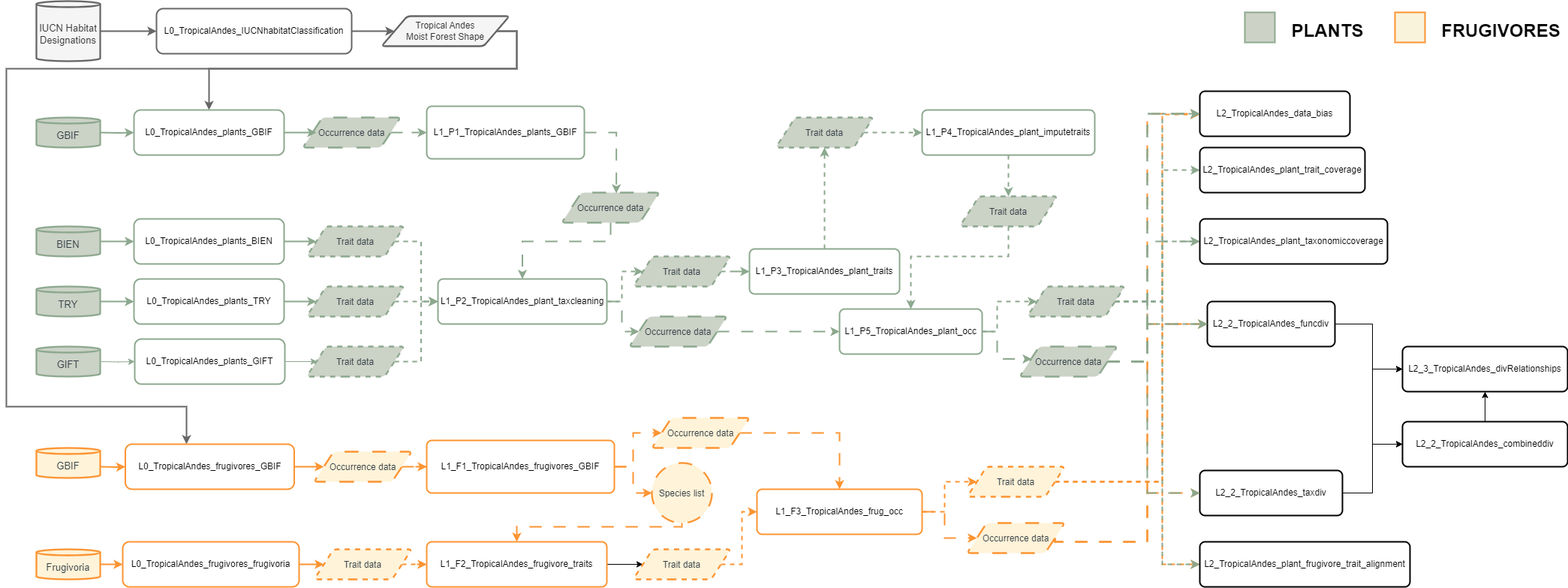
The draw.io diagram Workflow_diversity_plants_frugivores.png in bioXgeo/neotropical_plants, before a commit. Source tidied: cells renumbered, new cells last; positions are measured from the earlier drawing's top-left corner, leaving out a move shared by most shapes.
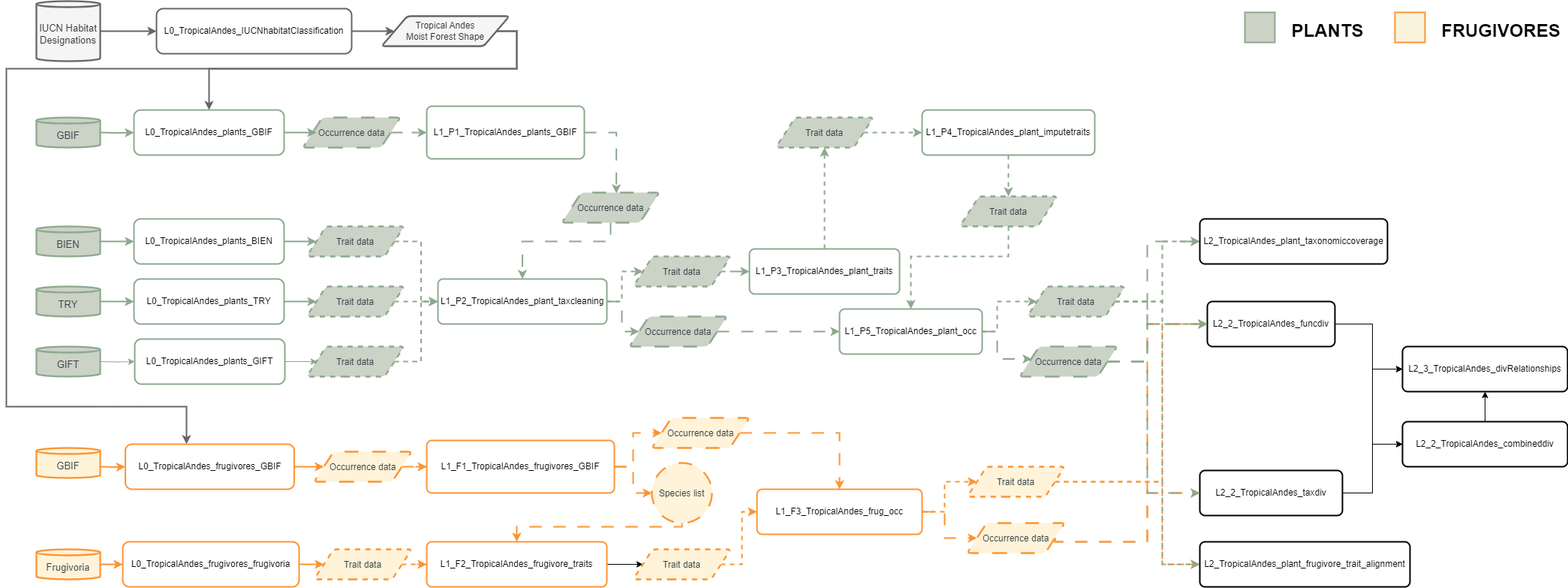
After the commit.

Commit message:
remove L2 objects no longer needed

What changed in the source:
```diff
@@ -199,14 +199,6 @@
         </Array>
       </mxGeometry>
     </mxCell>
-    <mxCell id="54" style="edgeStyle=orthogonalEdgeStyle;rounded=0;jettySize=auto;html=1;entryX=0;entryY=0.5;entryDx=0;entryDy=0;dashed=1;dashPattern=8 8;strokeWidth=2;exitX=1;exitY=0.5;exitDx=0;exitDy=0;strokeColor=#FC9432;" parent="1" edge="1" source="55" target="103">
-      <mxGeometry relative="1" as="geometry">
-        <Array as="points">
-          <mxPoint x="1520" y="720" />
-          <mxPoint x="1520" y="150" />
-        </Array>
-      </mxGeometry>
-    </mxCell>
     <mxCell id="55" value="&lt;font style=&quot;font-size: 12px;&quot;&gt;Occurrence data&lt;/font&gt;" style="html=1;overflow=block;blockSpacing=1;whiteSpace=wrap;shape=parallelogram;perimeter=parallelogramPerimeter;anchorPointDirection=0;fontSize=16.7;fontColor=#323e45;spacing=3.8;strokeColor=#fc9432;strokeOpacity=100;fillOpacity=100;rounded=1;absoluteArcSize=1;arcSize=9;fillColor=#fff3d9;strokeWidth=2.3;dashed=1;dashPattern=8 8;" parent="1" vertex="1">
       <mxGeometry x="1280" y="695" width="130" height="40" as="geometry" />
     </mxCell>
@@ -228,15 +220,6 @@
         </Array>
       </mxGeometry>
     </mxCell>
-    <mxCell id="58" style="edgeStyle=orthogonalEdgeStyle;rounded=0;jettySize=auto;html=1;entryX=0;entryY=0.5;entryDx=0;entryDy=0;dashed=1;strokeWidth=2;strokeColor=#FC9432;exitX=1;exitY=0.5;exitDx=0;exitDy=0;" parent="1" edge="1" source="59">
-      <mxGeometry relative="1" as="geometry">
-        <mxPoint x="1590" y="151" as="targetPoint" />
-        <Array as="points">
-          <mxPoint x="1540" y="640" />
-          <mxPoint x="1540" y="151" />
-        </Array>
-      </mxGeometry>
-    </mxCell>
     <mxCell id="59" value="&lt;font style=&quot;font-size: 12px;&quot;&gt;Trait data&lt;/font&gt;" style="html=1;overflow=block;blockSpacing=1;whiteSpace=wrap;shape=parallelogram;perimeter=parallelogramPerimeter;anchorPointDirection=0;fontSize=16.7;fontColor=#323e45;spacing=3.8;strokeColor=#FC9432;strokeOpacity=100;fillOpacity=100;rounded=1;absoluteArcSize=1;arcSize=9;fillColor=#fff3d9;strokeWidth=2.3;dashed=1;" parent="1" vertex="1">
       <mxGeometry x="1280" y="620" width="130" height="40" as="geometry" />
     </mxCell>
@@ -311,14 +294,6 @@
         </Array>
       </mxGeometry>
     </mxCell>
-    <mxCell id="72" style="edgeStyle=orthogonalEdgeStyle;rounded=0;jettySize=auto;html=1;entryX=0;entryY=0.5;entryDx=0;entryDy=0;dashed=1;strokeWidth=2;strokeColor=#8CA88E;" parent="1" edge="1" source="75" target="102">
-      <mxGeometry relative="1" as="geometry">
-        <Array as="points">
-          <mxPoint x="1540" y="400" />
-          <mxPoint x="1540" y="225" />
-        </Array>
-      </mxGeometry>
-    </mxCell>
     <mxCell id="73" style="edgeStyle=orthogonalEdgeStyle;rounded=0;jettySize=auto;html=1;entryX=0;entryY=0.5;entryDx=0;entryDy=0;dashed=1;strokeWidth=2;strokeColor=#8CA88E;" parent="1" edge="1" source="75" target="104">
       <mxGeometry relative="1" as="geometry">
         <Array as="points">
@@ -327,14 +302,6 @@
         </Array>
       </mxGeometry>
     </mxCell>
-    <mxCell id="74" style="edgeStyle=orthogonalEdgeStyle;rounded=0;jettySize=auto;html=1;entryX=0;entryY=0.5;entryDx=0;entryDy=0;dashed=1;strokeWidth=2;strokeColor=#8CA88E;" parent="1" edge="1" source="75" target="103">
-      <mxGeometry relative="1" as="geometry">
-        <Array as="points">
-          <mxPoint x="1540" y="400" />
-          <mxPoint x="1540" y="150" />
-        </Array>
-      </mxGeometry>
-    </mxCell>
     <mxCell id="75" value="&lt;font style=&quot;font-size: 12px;&quot;&gt;Trait data&lt;/font&gt;" style="html=1;overflow=block;blockSpacing=1;whiteSpace=wrap;shape=parallelogram;perimeter=parallelogramPerimeter;anchorPointDirection=0;fontSize=16.7;fontColor=#323e45;spacing=3.8;strokeColor=#8ca88e;strokeOpacity=100;rounded=1;absoluteArcSize=1;arcSize=9;fillColor=#CBD2C6;strokeWidth=2.3;dashed=1;" parent="1" vertex="1">
       <mxGeometry x="1360" y="380" width="130" height="40" as="geometry" />
     </mxCell>
@@ -346,14 +313,6 @@
         </Array>
       </mxGeometry>
     </mxCell>
-    <mxCell id="77" style="edgeStyle=orthogonalEdgeStyle;rounded=0;jettySize=auto;html=1;entryX=0;entryY=0.5;entryDx=0;entryDy=0;dashed=1;dashPattern=8 8;strokeWidth=2;strokeColor=#8CA88E;" parent="1" edge="1" source="107" target="103">
-      <mxGeometry relative="1" as="geometry">
-        <Array as="points">
-          <mxPoint x="1520" y="480" />
-          <mxPoint x="1520" y="150" />
-        </Array>
-      </mxGeometry>
-    </mxCell>
     <mxCell id="78" style="edgeStyle=orthogonalEdgeStyle;rounded=0;jettySize=auto;html=1;strokeColor=#8CA88E;strokeWidth=2;" parent="1" edge="1" source="79" target="21">
       <mxGeometry relative="1" as="geometry" />
     </mxCell>
@@ -436,12 +395,6 @@
     <mxCell id="101" value="L2_TropicalAndes_plant_taxonomiccoverage" style="rounded=1;whiteSpace=wrap;html=1;absoluteArcSize=1;arcSize=14;strokeWidth=2;" parent="1" vertex="1">
       <mxGeometry x="1590" y="290" width="250" height="60" as="geometry" />
     </mxCell>
-    <mxCell id="102" value="L2_TropicalAndes_plant_trait_coverage&lt;span id=&quot;docs-internal-guid-6e6f116a-7fff-aa41-f0b6-1ab92bc06526&quot;&gt;&lt;/span&gt;&lt;span id=&quot;docs-internal-guid-6e6f116a-7fff-aa41-f0b6-1ab92bc06526&quot;&gt;&lt;/span&gt;&lt;span id=&quot;docs-internal-guid-6e6f116a-7fff-aa41-f0b6-1ab92bc06526&quot;&gt;&lt;/span&gt;&lt;span id=&quot;docs-internal-guid-1bb34292-7fff-7165-732b-a6586a1e0f00&quot;&gt;&lt;/span&gt;&lt;span id=&quot;docs-internal-guid-1bb34292-7fff-7165-732b-a6586a1e0f00&quot;&gt;&lt;/span&gt;" style="rounded=1;whiteSpace=wrap;html=1;absoluteArcSize=1;arcSize=14;strokeWidth=2;" parent="1" vertex="1">
-      <mxGeometry x="1590" y="195" width="220" height="60" as="geometry" />
-    </mxCell>
-    <mxCell id="103" value="L2_TropicalAndes_data_bias&lt;span id=&quot;docs-internal-guid-6e6f116a-7fff-aa41-f0b6-1ab92bc06526&quot;&gt;&lt;/span&gt;&lt;span id=&quot;docs-internal-guid-6e6f116a-7fff-aa41-f0b6-1ab92bc06526&quot;&gt;&lt;/span&gt;&lt;span id=&quot;docs-internal-guid-6e6f116a-7fff-aa41-f0b6-1ab92bc06526&quot;&gt;&lt;/span&gt;&lt;span id=&quot;docs-internal-guid-1bb34292-7fff-7165-732b-a6586a1e0f00&quot;&gt;&lt;/span&gt;&lt;span id=&quot;docs-internal-guid-1bb34292-7fff-7165-732b-a6586a1e0f00&quot;&gt;&lt;/span&gt;" style="rounded=1;whiteSpace=wrap;html=1;absoluteArcSize=1;arcSize=14;strokeWidth=2;" parent="1" vertex="1">
-      <mxGeometry x="1590" y="120" width="200" height="60" as="geometry" />
-    </mxCell>
     <mxCell id="104" value="L2_TropicalAndes_plant_frugivore_trait_alignment&lt;span id=&quot;docs-internal-guid-6e6f116a-7fff-aa41-f0b6-1ab92bc06526&quot;&gt;&lt;/span&gt;&lt;span id=&quot;docs-internal-guid-6e6f116a-7fff-aa41-f0b6-1ab92bc06526&quot;&gt;&lt;/span&gt;&lt;span id=&quot;docs-internal-guid-6e6f116a-7fff-aa41-f0b6-1ab92bc06526&quot;&gt;&lt;/span&gt;&lt;span id=&quot;docs-internal-guid-1bb34292-7fff-7165-732b-a6586a1e0f00&quot;&gt;&lt;/span&gt;&lt;span id=&quot;docs-internal-guid-1bb34292-7fff-7165-732b-a6586a1e0f00&quot;&gt;&lt;/span&gt;" style="rounded=1;whiteSpace=wrap;html=1;absoluteArcSize=1;arcSize=14;strokeWidth=2;" parent="1" vertex="1">
       <mxGeometry x="1590" y="720" width="280" height="60" as="geometry" />
     </mxCell>
@@ -453,14 +406,6 @@
         </Array>
       </mxGeometry>
     </mxCell>
-    <mxCell id="106" style="edgeStyle=orthogonalEdgeStyle;shape=connector;rounded=0;jettySize=auto;html=1;entryX=0;entryY=0.5;entryDx=0;entryDy=0;labelBackgroundColor=default;strokeColor=#8CA88E;align=center;verticalAlign=middle;fontFamily=Helvetica;fontSize=11;fontColor=default;endArrow=classic;dashed=1;dashPattern=8 8;strokeWidth=2;" parent="1" edge="1" source="107" target="103">
-      <mxGeometry relative="1" as="geometry">
-        <Array as="points">
-          <mxPoint x="1520" y="480" />
-          <mxPoint x="1520" y="150" />
-        </Array>
-      </mxGeometry>
-    </mxCell>
     <mxCell id="107" value="&lt;font style=&quot;font-size: 12px;&quot;&gt;Occurrence data&lt;/font&gt;" style="html=1;overflow=block;blockSpacing=1;whiteSpace=wrap;shape=parallelogram;perimeter=parallelogramPerimeter;anchorPointDirection=0;fontSize=16.7;fontColor=#323e45;spacing=3.8;strokeColor=#8CA88E;strokeOpacity=100;rounded=1;absoluteArcSize=1;arcSize=9;fillColor=#CBD2C6;strokeWidth=2.3;dashed=1;dashPattern=8 8;" parent="1" vertex="1">
       <mxGeometry x="1350" y="460" width="130" height="40" as="geometry" />
     </mxCell>
```
